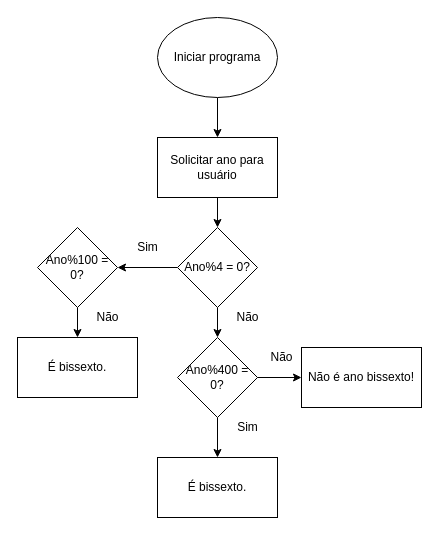
Earlier version of the draw.io diagram Day_3/Day_3_Exercise_3.drawio (DavidCardoso1984/100_Days_of_Code_Python). Source tidied: cells renumbered, new cells numbered last; positions are measured from the earlier drawing's top-left corner, leaving out a move shared by most shapes. Both pictures are drawn from the tidied source at 100%, with x=0, y=0 at pixel (17, 17).
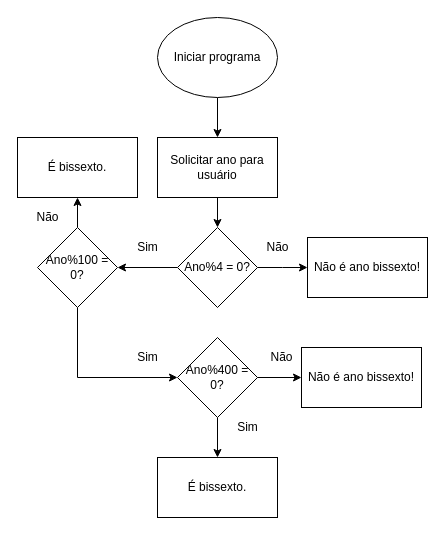
The same diagram, later.

The change refers to these unchanged cells:
```xml
<mxCell id="8" value="Ano%4 = 0?" style="rhombus;whiteSpace=wrap;html=1;" parent="1" vertex="1">
  <mxGeometry x="160" y="210" width="80" height="80" as="geometry" />
</mxCell>
<mxCell id="10" value="Ano%100 = 0?" style="rhombus;whiteSpace=wrap;html=1;" parent="1" vertex="1">
  <mxGeometry x="20" y="210" width="80" height="80" as="geometry" />
</mxCell>
<mxCell id="18" value="Ano%400 = 0?" style="rhombus;whiteSpace=wrap;html=1;" parent="1" vertex="1">
  <mxGeometry x="160" y="320" width="80" height="80" as="geometry" />
</mxCell>
```

The edit, as a diff of the source:
```diff
@@
-    <mxCell id="6" style="edgeStyle=orthogonalEdgeStyle;rounded=0;jettySize=auto;html=1;" parent="1" edge="1" source="8" target="18">
-      <mxGeometry relative="1" as="geometry" />
+    <mxCell id="6" style="edgeStyle=orthogonalEdgeStyle;rounded=0;jettySize=auto;html=1;" parent="1" edge="1" source="8">
+      <mxGeometry relative="1" as="geometry">
+        <mxPoint x="290" y="250" as="targetPoint" />
+      </mxGeometry>
     </mxCell>
@@
+    <mxCell id="22" style="edgeStyle=orthogonalEdgeStyle;rounded=0;jettySize=auto;html=1;entryX=0;entryY=0.5;entryDx=0;entryDy=0;" parent="1" edge="1" source="10" target="18">
+      <mxGeometry relative="1" as="geometry">
+        <Array as="points">
+          <mxPoint x="60" y="360" />
+        </Array>
+      </mxGeometry>
+    </mxCell>
@@
     <mxCell id="13" value="Não" style="text;html=1;align=center;verticalAlign=middle;strokeColor=none;fillColor=none;" parent="1" vertex="1">
-      <mxGeometry x="210" y="290" width="40" height="20" as="geometry" />
+      <mxGeometry x="240" y="220" width="40" height="20" as="geometry" />
     </mxCell>
@@
     <mxCell id="16" value="É bissexto." style="whiteSpace=wrap;html=1;" parent="1" vertex="1">
-      <mxGeometry y="320" width="120" height="60" as="geometry" />
+      <mxGeometry y="120" width="120" height="60" as="geometry" />
     </mxCell>
     <mxCell id="17" value="Não" style="text;html=1;align=center;verticalAlign=middle;strokeColor=none;fillColor=none;" parent="1" vertex="1">
-      <mxGeometry x="70" y="290" width="40" height="20" as="geometry" />
+      <mxGeometry x="10" y="190" width="40" height="20" as="geometry" />
     </mxCell>
@@
+    <mxCell id="23" value="Sim" style="text;html=1;align=center;verticalAlign=middle;strokeColor=none;fillColor=none;" parent="1" vertex="1">
+      <mxGeometry x="110" y="330" width="40" height="20" as="geometry" />
+    </mxCell>
+    <mxCell id="24" value="&lt;span&gt;Não é ano bissexto!&lt;/span&gt;" style="whiteSpace=wrap;html=1;" parent="1" vertex="1">
+      <mxGeometry x="290" y="220" width="120" height="60" as="geometry" />
+    </mxCell>
```
